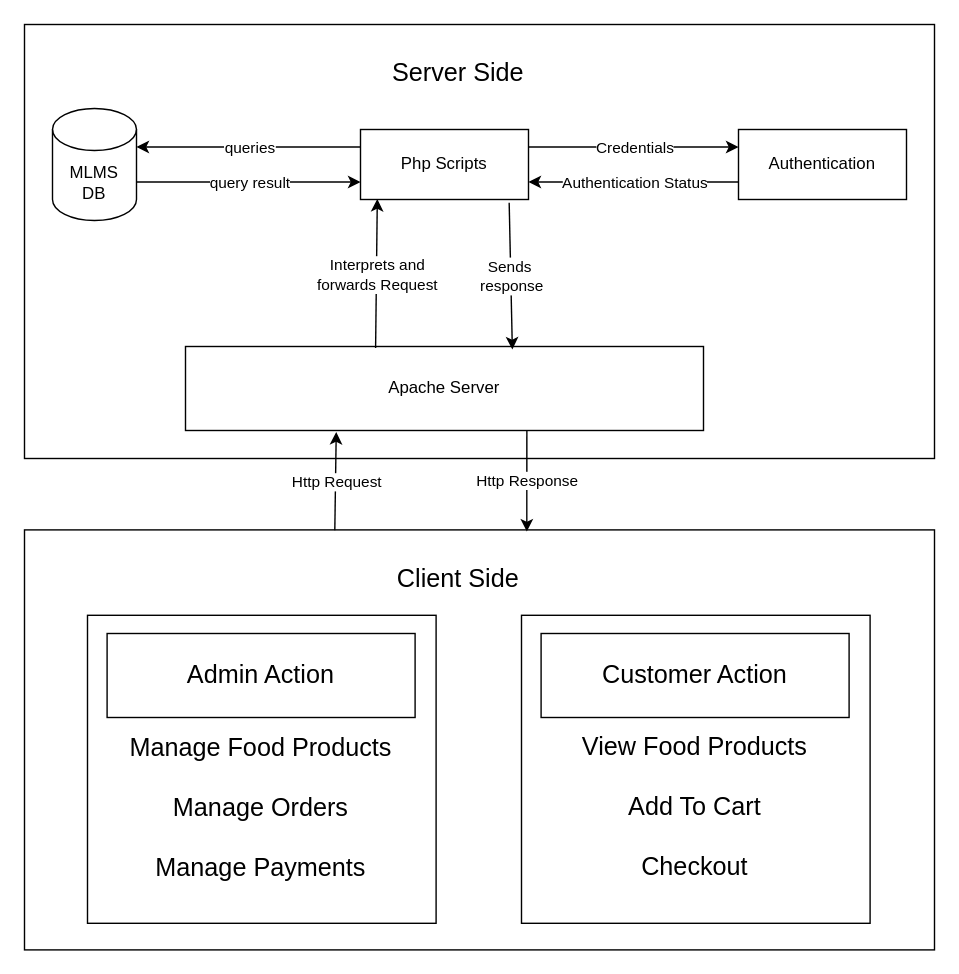
Earlier version of the draw.io diagram Diagrams/architectural design.drawio (Furdikisherpa/PetShop). Source tidied: cells renumbered, new cells numbered last; positions are measured from the earlier drawing's top-left corner, leaving out a move shared by most shapes. Both pictures are drawn from the tidied source at 140%, with x=0, y=0 at pixel (24, 24).
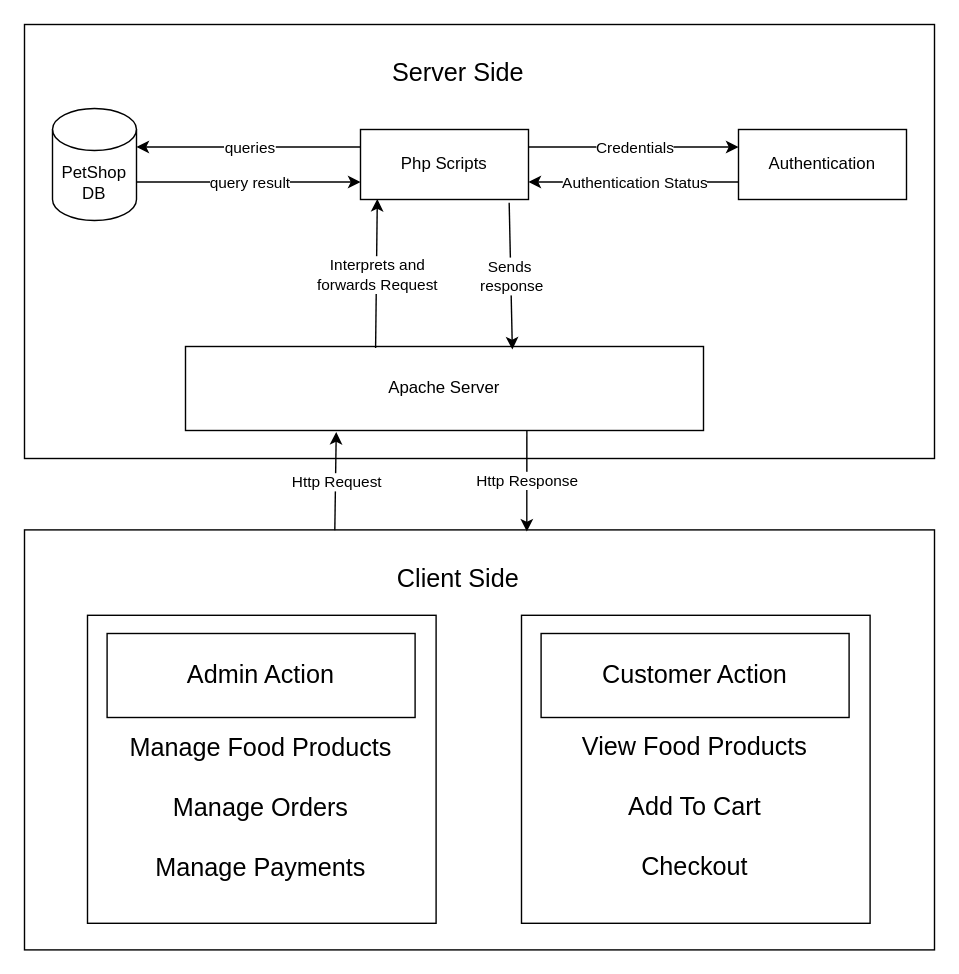
The same diagram, later.

Change to the diagram source:
```diff
@@
-    <mxCell id="3" value="MLMS&lt;br&gt;DB" style="shape=cylinder3;whiteSpace=wrap;html=1;boundedLbl=1;backgroundOutline=1;size=15;" parent="1" vertex="1">
+    <mxCell id="3" value="PetShop&lt;br&gt;DB" style="shape=cylinder3;whiteSpace=wrap;html=1;boundedLbl=1;backgroundOutline=1;size=15;" parent="1" vertex="1">
       <mxGeometry x="20" y="60" width="60" height="80" as="geometry" />
     </mxCell>
```
